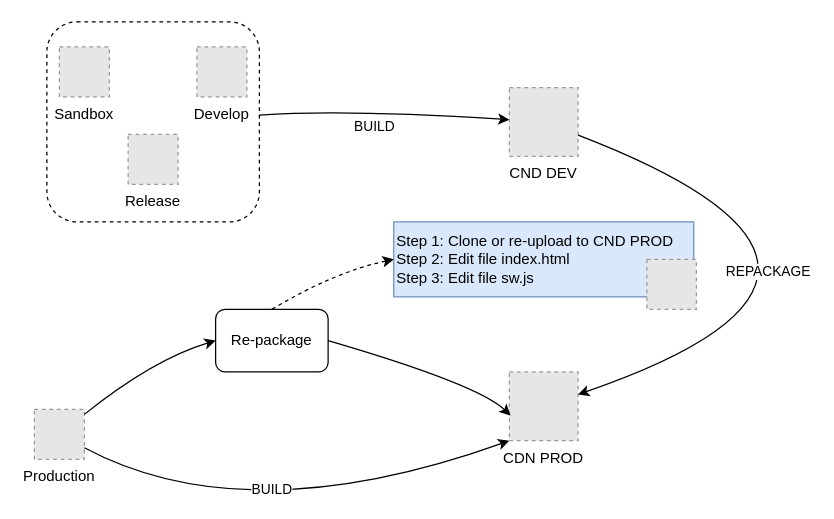
Earlier version of the draw.io diagram cdn-kv-man-app.drawio (khinhvuphiduong/diagrams.net). Source tidied: cells renumbered, new cells numbered last; positions are measured from the earlier drawing's top-left corner, leaving out a move shared by most shapes. Both pictures are drawn from the tidied source at 125%, with x=0, y=0 at pixel (34, 21). Pictures stored in the file or linked from it are replaced by grey dashed boxes.
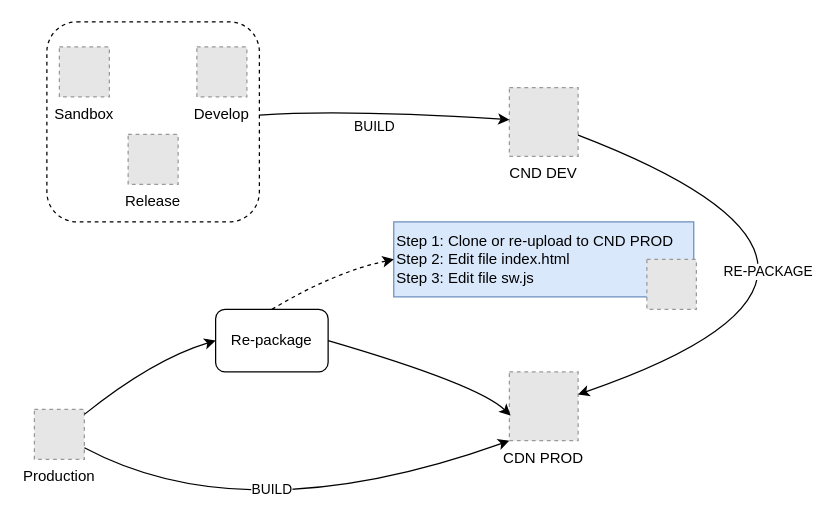
Above is the later version.

The change refers to these unchanged cells:
```xml
<mxCell id="19" style="curved=1;endArrow=classic;html=1;rounded=0;" parent="1" edge="1" source="6" target="7">
  <mxGeometry relative="1" as="geometry">
    <Array as="points">
      <mxPoint x="720" y="200" />
    </Array>
  </mxGeometry>
</mxCell>
```

Change to the diagram source:
```diff
@@
-    <mxCell id="20" value="REPACKAGE" style="edgeLabel;html=1;align=center;verticalAlign=middle;" parent="19" vertex="1">
+    <mxCell id="20" value="RE-PACKAGE" style="edgeLabel;html=1;align=center;verticalAlign=middle;" parent="19" vertex="1">
       <mxGeometry x="0.42" y="-44" relative="1" as="geometry" />
     </mxCell>
```
